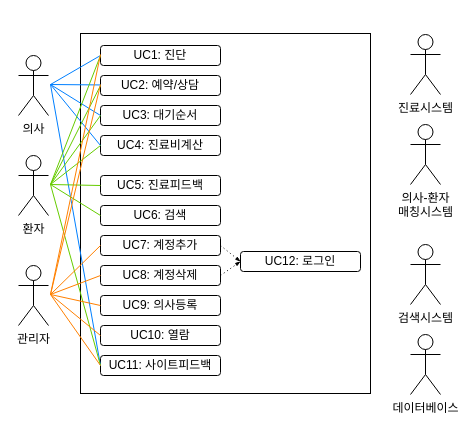
Above: UC-Diagram.drawio in yhb1834/Smart-Health-Prediction-System (draw.io), before the change. Source tidied: cells renumbered, new cells numbered last; positions are measured from the earlier drawing's top-left corner, leaving out a move shared by most shapes. Both pictures are drawn from the tidied source at 100%, with x=0, y=0 at pixel (18, 33).
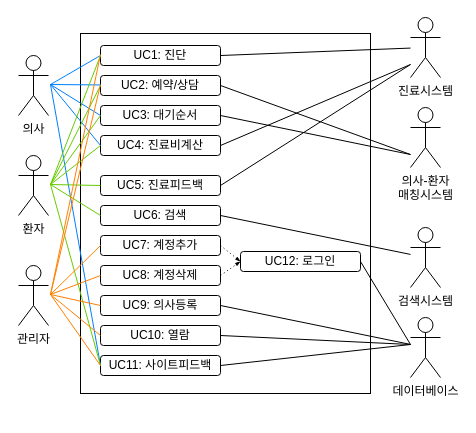
The same page after the edit.

The change refers to these unchanged cells:
```xml
<mxCell id="6" value="UC1: 진단" style="rounded=1;whiteSpace=wrap;html=1;" parent="1" vertex="1">
  <mxGeometry x="82" y="12" width="120" height="20" as="geometry" />
</mxCell>
<mxCell id="7" value="UC2: 예약/상담" style="rounded=1;whiteSpace=wrap;html=1;" parent="1" vertex="1">
  <mxGeometry x="82" y="42" width="120" height="20" as="geometry" />
</mxCell>
<mxCell id="8" value="UC3: 대기순서" style="rounded=1;whiteSpace=wrap;html=1;" parent="1" vertex="1">
  <mxGeometry x="82" y="72" width="120" height="20" as="geometry" />
</mxCell>
<mxCell id="9" value="UC4: 진료비계산" style="rounded=1;whiteSpace=wrap;html=1;" parent="1" vertex="1">
  <mxGeometry x="82" y="102" width="120" height="20" as="geometry" />
</mxCell>
<mxCell id="10" value="UC5: 진료피드백" style="rounded=1;whiteSpace=wrap;html=1;" parent="1" vertex="1">
  <mxGeometry x="82" y="142" width="120" height="20" as="geometry" />
</mxCell>
<mxCell id="11" value="UC6: 검색" style="rounded=1;whiteSpace=wrap;html=1;" parent="1" vertex="1">
  <mxGeometry x="82" y="172" width="120" height="20" as="geometry" />
</mxCell>
<mxCell id="14" value="UC9: 의사등록" style="rounded=1;whiteSpace=wrap;html=1;" parent="1" vertex="1">
  <mxGeometry x="82" y="262" width="120" height="20" as="geometry" />
</mxCell>
<mxCell id="15" value="UC10: 열람" style="rounded=1;whiteSpace=wrap;html=1;" parent="1" vertex="1">
  <mxGeometry x="82" y="292" width="120" height="20" as="geometry" />
</mxCell>
<mxCell id="16" value="UC11: 사이트피드백" style="rounded=1;whiteSpace=wrap;html=1;" parent="1" vertex="1">
  <mxGeometry x="82" y="322" width="120" height="20" as="geometry" />
</mxCell>
<mxCell id="21" value="UC12: 로그인" style="rounded=1;whiteSpace=wrap;html=1;" parent="1" vertex="1">
  <mxGeometry x="222" y="218" width="120" height="20" as="geometry" />
</mxCell>
```

What changed in the source:
```diff
@@
     <mxCell id="17" value="진료시스템" style="shape=umlActor;verticalLabelPosition=bottom;verticalAlign=top;html=1;outlineConnect=0;" parent="1" vertex="1">
-      <mxGeometry x="392" y="1" width="30" height="60" as="geometry" />
+      <mxGeometry x="392" y="-16" width="30" height="60" as="geometry" />
     </mxCell>
     <mxCell id="18" value="의사-환자&lt;br&gt;매칭시스템" style="shape=umlActor;verticalLabelPosition=bottom;verticalAlign=top;html=1;" parent="1" vertex="1">
-      <mxGeometry x="392" y="91" width="30" height="60" as="geometry" />
+      <mxGeometry x="392" y="74" width="30" height="60" as="geometry" />
     </mxCell>
     <mxCell id="19" value="검색시스템" style="shape=umlActor;verticalLabelPosition=bottom;verticalAlign=top;html=1;outlineConnect=0;" parent="1" vertex="1">
-      <mxGeometry x="392" y="211" width="30" height="60" as="geometry" />
+      <mxGeometry x="392" y="194" width="30" height="60" as="geometry" />
     </mxCell>
     <mxCell id="20" value="데이터베이스" style="shape=umlActor;verticalLabelPosition=bottom;verticalAlign=top;html=1;outlineConnect=0;" parent="1" vertex="1">
-      <mxGeometry x="392" y="301" width="30" height="60" as="geometry" />
+      <mxGeometry x="392" y="284" width="30" height="60" as="geometry" />
     </mxCell>
@@
+    <mxCell id="43" style="endArrow=none;html=1;exitX=1;exitY=0.5;exitDx=0;exitDy=0;" parent="1" edge="1" source="6" target="17">
+      <mxGeometry relative="1" as="geometry" />
+    </mxCell>
+    <mxCell id="44" style="endArrow=none;html=1;exitX=1;exitY=0.5;exitDx=0;exitDy=0;" parent="1" edge="1" source="9">
+      <mxGeometry relative="1" as="geometry">
+        <mxPoint x="392" y="31" as="targetPoint" />
+      </mxGeometry>
+    </mxCell>
+    <mxCell id="45" style="endArrow=none;html=1;exitX=1;exitY=0.5;exitDx=0;exitDy=0;exitPerimeter=0;" parent="1" edge="1" source="10">
+      <mxGeometry relative="1" as="geometry">
+        <mxPoint x="392" y="31" as="targetPoint" />
+      </mxGeometry>
+    </mxCell>
+    <mxCell id="46" style="endArrow=none;html=1;exitX=1;exitY=0.5;exitDx=0;exitDy=0;" parent="1" edge="1" source="7">
+      <mxGeometry relative="1" as="geometry">
+        <mxPoint x="392" y="121" as="targetPoint" />
+      </mxGeometry>
+    </mxCell>
+    <mxCell id="47" style="endArrow=none;html=1;exitX=1;exitY=0.5;exitDx=0;exitDy=0;" parent="1" edge="1" source="8">
+      <mxGeometry relative="1" as="geometry">
+        <mxPoint x="392" y="121" as="targetPoint" />
+      </mxGeometry>
+    </mxCell>
+    <mxCell id="48" style="endArrow=none;html=1;exitX=1;exitY=0.5;exitDx=0;exitDy=0;" parent="1" edge="1" source="11" target="19">
+      <mxGeometry relative="1" as="geometry" />
+    </mxCell>
+    <mxCell id="49" style="endArrow=none;html=1;exitX=1;exitY=0.5;exitDx=0;exitDy=0;" parent="1" edge="1" source="14" target="20">
+      <mxGeometry relative="1" as="geometry" />
+    </mxCell>
+    <mxCell id="50" style="endArrow=none;html=1;exitX=1;exitY=0.5;exitDx=0;exitDy=0;" parent="1" edge="1" source="15">
+      <mxGeometry relative="1" as="geometry">
+        <mxPoint x="392" y="311" as="targetPoint" />
+      </mxGeometry>
+    </mxCell>
+    <mxCell id="51" style="endArrow=none;html=1;exitX=1;exitY=0.5;exitDx=0;exitDy=0;" parent="1" edge="1" source="16">
+      <mxGeometry relative="1" as="geometry">
+        <mxPoint x="392" y="311" as="targetPoint" />
+      </mxGeometry>
+    </mxCell>
+    <mxCell id="52" style="endArrow=none;html=1;exitX=1;exitY=0.5;exitDx=0;exitDy=0;" parent="1" edge="1" source="21">
+      <mxGeometry relative="1" as="geometry">
+        <mxPoint x="392" y="311" as="targetPoint" />
+      </mxGeometry>
+    </mxCell>
```
